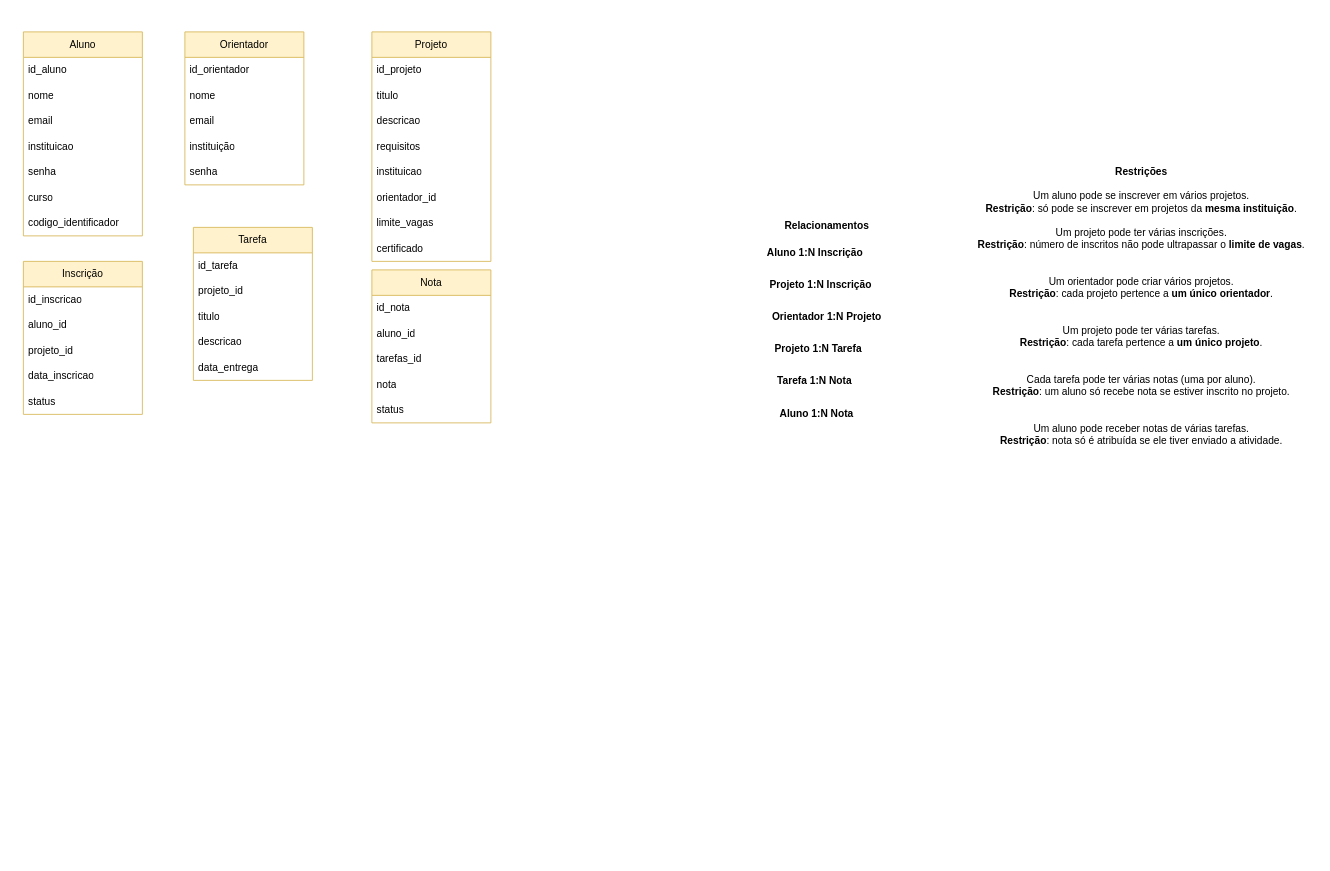
This is page "Entidades e Restrições" (4 of 5) of Sprint2/Sprint2.drawio from BabiDoo/TI2-GRUPO25, a draw.io file, before an edit. Source tidied: cells renumbered, new cells numbered last; positions are measured from the earlier drawing's top-left corner, leaving out a move shared by most shapes. Both pictures are drawn from the tidied source at 85%, with x=0, y=0 at pixel (23, 31).
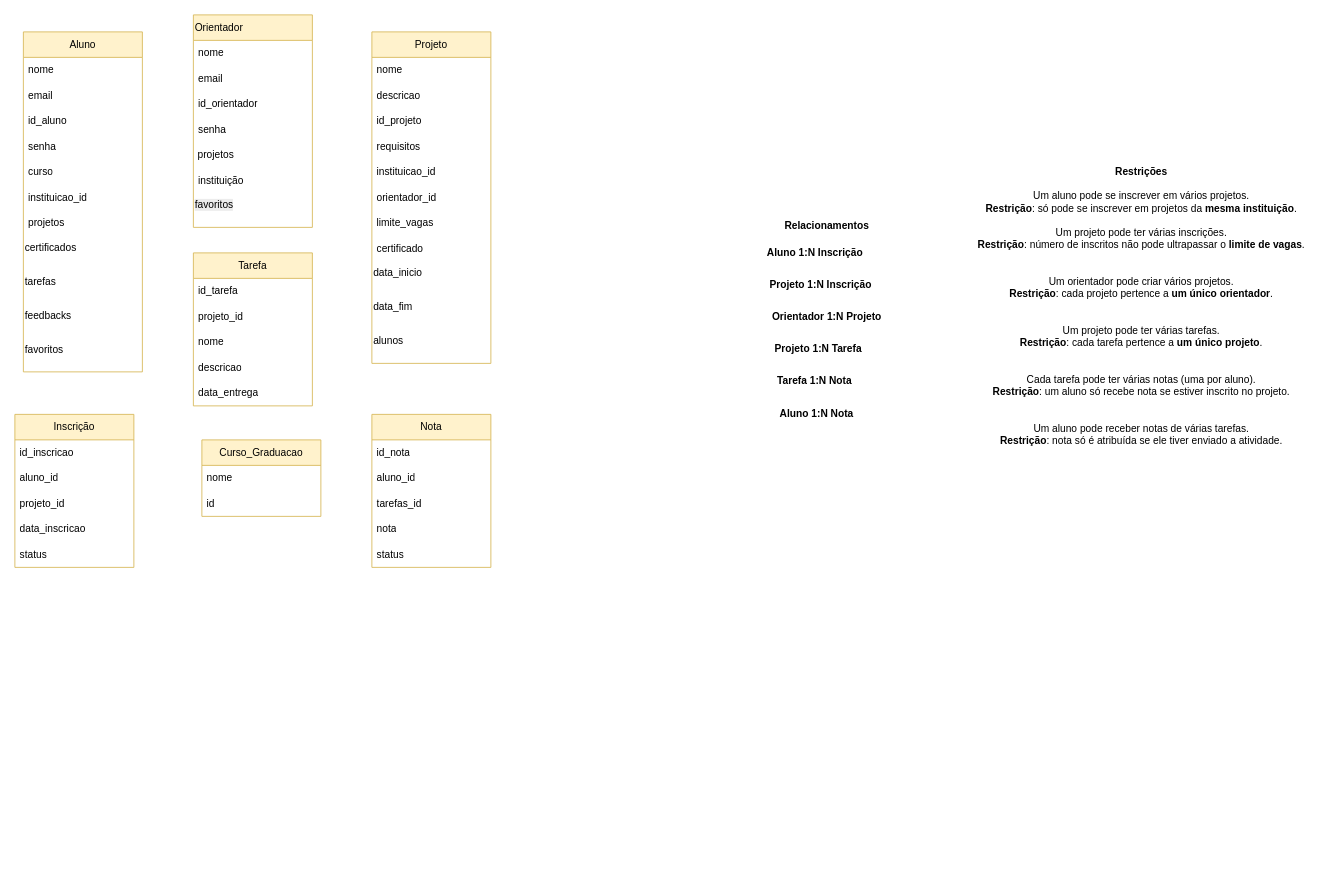
The same page after the edit.

Change to the diagram source:
```diff
@@
     <mxCell id="2" value="Aluno" style="swimlane;fontStyle=0;horizontal=1;startSize=30;whiteSpace=wrap;html=1;fillColor=#fff2cc;strokeColor=#d6b656;" parent="1" vertex="1">
-      <mxGeometry width="140" height="240" as="geometry" />
+      <mxGeometry width="140" height="400" as="geometry" />
     </mxCell>
-    <mxCell id="3" value="id_aluno&lt;span style=&quot;white-space: pre;&quot;&gt;&#9;&lt;/span&gt;" style="text;strokeColor=none;fillColor=none;align=left;verticalAlign=middle;spacingLeft=4;spacingRight=4;overflow=hidden;whiteSpace=wrap;html=1;" parent="2" vertex="1">
-      <mxGeometry y="30" width="140" height="30" as="geometry" />
-    </mxCell>
     <mxCell id="4" value="nome" style="text;strokeColor=none;fillColor=none;align=left;verticalAlign=middle;spacingLeft=4;spacingRight=4;overflow=hidden;whiteSpace=wrap;html=1;" parent="2" vertex="1">
-      <mxGeometry y="60" width="140" height="30" as="geometry" />
+      <mxGeometry y="30" width="140" height="30" as="geometry" />
     </mxCell>
     <mxCell id="5" value="email" style="text;strokeColor=none;fillColor=none;align=left;verticalAlign=middle;spacingLeft=4;spacingRight=4;overflow=hidden;whiteSpace=wrap;html=1;" parent="2" vertex="1">
-      <mxGeometry y="90" width="140" height="30" as="geometry" />
+      <mxGeometry y="60" width="140" height="30" as="geometry" />
     </mxCell>
-    <mxCell id="6" value="instituicao" style="text;strokeColor=none;fillColor=none;align=left;verticalAlign=middle;spacingLeft=4;spacingRight=4;overflow=hidden;whiteSpace=wrap;html=1;" parent="2" vertex="1">
-      <mxGeometry y="120" width="140" height="30" as="geometry" />
-    </mxCell>
+    <mxCell id="3" value="id_aluno&lt;span style=&quot;white-space: pre;&quot;&gt;&#9;&lt;/span&gt;" style="text;strokeColor=none;fillColor=none;align=left;verticalAlign=middle;spacingLeft=4;spacingRight=4;overflow=hidden;whiteSpace=wrap;html=1;" parent="2" vertex="1">
+      <mxGeometry y="90" width="140" height="30" as="geometry" />
+    </mxCell>
     <mxCell id="7" value="senha" style="text;strokeColor=none;fillColor=none;align=left;verticalAlign=middle;spacingLeft=4;spacingRight=4;overflow=hidden;whiteSpace=wrap;html=1;" parent="2" vertex="1">
-      <mxGeometry y="150" width="140" height="30" as="geometry" />
+      <mxGeometry y="120" width="140" height="30" as="geometry" />
     </mxCell>
     <mxCell id="8" value="curso" style="text;strokeColor=none;fillColor=none;align=left;verticalAlign=middle;spacingLeft=4;spacingRight=4;overflow=hidden;whiteSpace=wrap;html=1;" parent="2" vertex="1">
-      <mxGeometry y="180" width="140" height="30" as="geometry" />
+      <mxGeometry y="150" width="140" height="30" as="geometry" />
     </mxCell>
+    <mxCell id="6" value="instituicao_id" style="text;strokeColor=none;fillColor=none;align=left;verticalAlign=middle;spacingLeft=4;spacingRight=4;overflow=hidden;whiteSpace=wrap;html=1;" parent="2" vertex="1">
+      <mxGeometry y="180" width="140" height="30" as="geometry" />
+    </mxCell>
-    <mxCell id="9" value="codigo_identificador" style="text;strokeColor=none;fillColor=none;align=left;verticalAlign=middle;spacingLeft=4;spacingRight=4;overflow=hidden;whiteSpace=wrap;html=1;" parent="2" vertex="1">
+    <mxCell id="9" value="projetos" style="text;strokeColor=none;fillColor=none;align=left;verticalAlign=middle;spacingLeft=4;spacingRight=4;overflow=hidden;whiteSpace=wrap;html=1;" parent="2" vertex="1">
       <mxGeometry y="210" width="140" height="30" as="geometry" />
     </mxCell>
+    <mxCell id="45" value="certificados" style="text;whiteSpace=wrap;html=1;" parent="2" vertex="1">
+      <mxGeometry y="240" width="140" height="40" as="geometry" />
+    </mxCell>
+    <mxCell id="46" value="tarefas" style="text;whiteSpace=wrap;html=1;" parent="2" vertex="1">
+      <mxGeometry y="280" width="140" height="40" as="geometry" />
+    </mxCell>
+    <mxCell id="47" value="feedbacks" style="text;whiteSpace=wrap;html=1;" parent="2" vertex="1">
+      <mxGeometry y="320" width="140" height="40" as="geometry" />
+    </mxCell>
+    <mxCell id="48" value="favoritos" style="text;whiteSpace=wrap;html=1;" parent="2" vertex="1">
+      <mxGeometry y="360" width="140" height="40" as="geometry" />
+    </mxCell>
     <mxCell id="10" value="Nota" style="swimlane;fontStyle=0;horizontal=1;startSize=30;whiteSpace=wrap;html=1;fillColor=#fff2cc;strokeColor=#d6b656;" parent="1" vertex="1">
-      <mxGeometry x="410" y="280" width="140" height="180" as="geometry" />
+      <mxGeometry x="410" y="450" width="140" height="180" as="geometry" />
     </mxCell>
@@
     <mxCell id="16" value="Tarefa" style="swimlane;fontStyle=0;horizontal=1;startSize=30;whiteSpace=wrap;html=1;fillColor=#fff2cc;strokeColor=#d6b656;" parent="1" vertex="1">
-      <mxGeometry x="200" y="230" width="140" height="180" as="geometry" />
+      <mxGeometry x="200" y="260" width="140" height="180" as="geometry" />
     </mxCell>
@@
-    <mxCell id="19" value="titulo" style="text;strokeColor=none;fillColor=none;align=left;verticalAlign=middle;spacingLeft=4;spacingRight=4;overflow=hidden;whiteSpace=wrap;html=1;" parent="16" vertex="1">
+    <mxCell id="19" value="nome" style="text;strokeColor=none;fillColor=none;align=left;verticalAlign=middle;spacingLeft=4;spacingRight=4;overflow=hidden;whiteSpace=wrap;html=1;" parent="16" vertex="1">
       <mxGeometry y="90" width="140" height="30" as="geometry" />
     </mxCell>
@@
     <mxCell id="22" value="Inscrição" style="swimlane;fontStyle=0;horizontal=1;startSize=30;whiteSpace=wrap;html=1;fillColor=#fff2cc;strokeColor=#d6b656;" parent="1" vertex="1">
-      <mxGeometry y="270" width="140" height="180" as="geometry" />
+      <mxGeometry x="-10" y="450" width="140" height="180" as="geometry" />
     </mxCell>
@@
     <mxCell id="28" value="Projeto" style="swimlane;fontStyle=0;horizontal=1;startSize=30;whiteSpace=wrap;html=1;fillColor=#fff2cc;strokeColor=#d6b656;" parent="1" vertex="1">
-      <mxGeometry x="410" width="140" height="270" as="geometry" />
+      <mxGeometry x="410" width="140" height="390" as="geometry" />
     </mxCell>
-    <mxCell id="29" value="id_projeto" style="text;strokeColor=none;fillColor=none;align=left;verticalAlign=middle;spacingLeft=4;spacingRight=4;overflow=hidden;whiteSpace=wrap;html=1;" parent="28" vertex="1">
-      <mxGeometry y="30" width="140" height="30" as="geometry" />
-    </mxCell>
-    <mxCell id="30" value="titulo" style="text;strokeColor=none;fillColor=none;align=left;verticalAlign=middle;spacingLeft=4;spacingRight=4;overflow=hidden;whiteSpace=wrap;html=1;" parent="28" vertex="1">
-      <mxGeometry y="60" width="140" height="30" as="geometry" />
+    <mxCell id="30" value="nome" style="text;strokeColor=none;fillColor=none;align=left;verticalAlign=middle;spacingLeft=4;spacingRight=4;overflow=hidden;whiteSpace=wrap;html=1;" parent="28" vertex="1">
+      <mxGeometry y="30" width="140" height="30" as="geometry" />
     </mxCell>
     <mxCell id="31" value="descricao" style="text;strokeColor=none;fillColor=none;align=left;verticalAlign=middle;spacingLeft=4;spacingRight=4;overflow=hidden;whiteSpace=wrap;html=1;" parent="28" vertex="1">
-      <mxGeometry y="90" width="140" height="30" as="geometry" />
+      <mxGeometry y="60" width="140" height="30" as="geometry" />
     </mxCell>
+    <mxCell id="29" value="id_projeto" style="text;strokeColor=none;fillColor=none;align=left;verticalAlign=middle;spacingLeft=4;spacingRight=4;overflow=hidden;whiteSpace=wrap;html=1;" parent="28" vertex="1">
+      <mxGeometry y="90" width="140" height="30" as="geometry" />
+    </mxCell>
@@
-    <mxCell id="33" value="instituicao" style="text;strokeColor=none;fillColor=none;align=left;verticalAlign=middle;spacingLeft=4;spacingRight=4;overflow=hidden;whiteSpace=wrap;html=1;" parent="28" vertex="1">
+    <mxCell id="33" value="instituicao_id" style="text;strokeColor=none;fillColor=none;align=left;verticalAlign=middle;spacingLeft=4;spacingRight=4;overflow=hidden;whiteSpace=wrap;html=1;" parent="28" vertex="1">
       <mxGeometry y="150" width="140" height="30" as="geometry" />
     </mxCell>
@@
+    <mxCell id="49" value="data_inicio" style="text;whiteSpace=wrap;html=1;" parent="28" vertex="1">
+      <mxGeometry y="270" width="140" height="40" as="geometry" />
+    </mxCell>
+    <mxCell id="50" value="data_fim" style="text;whiteSpace=wrap;html=1;" parent="28" vertex="1">
+      <mxGeometry y="310" width="140" height="40" as="geometry" />
+    </mxCell>
+    <mxCell id="51" value="alunos" style="text;whiteSpace=wrap;html=1;" parent="28" vertex="1">
+      <mxGeometry y="350" width="140" height="40" as="geometry" />
+    </mxCell>
-    <mxCell id="37" value="Orientador" style="swimlane;fontStyle=0;horizontal=1;startSize=30;whiteSpace=wrap;html=1;fillColor=#fff2cc;strokeColor=#d6b656;" parent="1" vertex="1">
-      <mxGeometry x="190" width="140" height="180" as="geometry" />
+    <mxCell id="37" value="Orientador" style="swimlane;fontStyle=0;horizontal=1;startSize=30;whiteSpace=wrap;html=1;fillColor=#fff2cc;strokeColor=#d6b656;align=left;" parent="1" vertex="1">
+      <mxGeometry x="200" y="-20" width="140" height="250" as="geometry" />
     </mxCell>
-    <mxCell id="38" value="id_orientador" style="text;strokeColor=none;fillColor=none;align=left;verticalAlign=middle;spacingLeft=4;spacingRight=4;overflow=hidden;whiteSpace=wrap;html=1;" parent="37" vertex="1">
-      <mxGeometry y="30" width="140" height="30" as="geometry" />
-    </mxCell>
     <mxCell id="39" value="nome" style="text;strokeColor=none;fillColor=none;align=left;verticalAlign=middle;spacingLeft=4;spacingRight=4;overflow=hidden;whiteSpace=wrap;html=1;" parent="37" vertex="1">
-      <mxGeometry y="60" width="140" height="30" as="geometry" />
+      <mxGeometry y="30" width="140" height="30" as="geometry" />
     </mxCell>
     <mxCell id="40" value="email" style="text;strokeColor=none;fillColor=none;align=left;verticalAlign=middle;spacingLeft=4;spacingRight=4;overflow=hidden;whiteSpace=wrap;html=1;" parent="37" vertex="1">
-      <mxGeometry y="90" width="140" height="30" as="geometry" />
+      <mxGeometry y="60" width="140" height="30" as="geometry" />
     </mxCell>
+    <mxCell id="38" value="id_orientador" style="text;strokeColor=none;fillColor=none;align=left;verticalAlign=middle;spacingLeft=4;spacingRight=4;overflow=hidden;whiteSpace=wrap;html=1;" parent="37" vertex="1">
+      <mxGeometry y="90" width="140" height="30" as="geometry" />
+    </mxCell>
+    <mxCell id="42" value="senha" style="text;strokeColor=none;fillColor=none;align=left;verticalAlign=middle;spacingLeft=4;spacingRight=4;overflow=hidden;whiteSpace=wrap;html=1;" parent="37" vertex="1">
+      <mxGeometry y="120" width="140" height="30" as="geometry" />
+    </mxCell>
+    <mxCell id="52" value="&amp;nbsp;projetos" style="text;html=1;align=left;verticalAlign=middle;strokeColor=none;fillColor=none;" parent="37" vertex="1">
+      <mxGeometry y="150" width="140" height="30" as="geometry" />
+    </mxCell>
     <mxCell id="41" value="instituição" style="text;strokeColor=none;fillColor=none;align=left;verticalAlign=middle;spacingLeft=4;spacingRight=4;overflow=hidden;whiteSpace=wrap;html=1;" parent="37" vertex="1">
-      <mxGeometry y="120" width="140" height="30" as="geometry" />
+      <mxGeometry y="180" width="140" height="30" as="geometry" />
     </mxCell>
-    <mxCell id="42" value="senha" style="text;strokeColor=none;fillColor=none;align=left;verticalAlign=middle;spacingLeft=4;spacingRight=4;overflow=hidden;whiteSpace=wrap;html=1;" parent="37" vertex="1">
-      <mxGeometry y="150" width="140" height="30" as="geometry" />
-    </mxCell>
+    <mxCell id="53" value="&lt;span style=&quot;color: rgb(0, 0, 0); font-family: Helvetica; font-size: 12px; font-style: normal; font-variant-ligatures: normal; font-variant-caps: normal; font-weight: 400; letter-spacing: normal; orphans: 2; text-align: left; text-indent: 0px; text-transform: none; widows: 2; word-spacing: 0px; -webkit-text-stroke-width: 0px; white-space: normal; background-color: rgb(236, 236, 236); text-decoration-thickness: initial; text-decoration-style: initial; text-decoration-color: initial; display: inline !important; float: none;&quot;&gt;favoritos&lt;/span&gt;" style="text;whiteSpace=wrap;html=1;" parent="37" vertex="1">
+      <mxGeometry y="210" width="140" height="40" as="geometry" />
+    </mxCell>
@@
+    <mxCell id="54" value="Curso_Graduacao" style="swimlane;fontStyle=0;horizontal=1;startSize=30;whiteSpace=wrap;html=1;fillColor=#fff2cc;strokeColor=#d6b656;" parent="1" vertex="1">
+      <mxGeometry x="210" y="480" width="140" height="90" as="geometry" />
+    </mxCell>
+    <mxCell id="55" value="nome" style="text;strokeColor=none;fillColor=none;align=left;verticalAlign=middle;spacingLeft=4;spacingRight=4;overflow=hidden;whiteSpace=wrap;html=1;" parent="54" vertex="1">
+      <mxGeometry y="30" width="140" height="30" as="geometry" />
+    </mxCell>
+    <mxCell id="56" value="id" style="text;strokeColor=none;fillColor=none;align=left;verticalAlign=middle;spacingLeft=4;spacingRight=4;overflow=hidden;whiteSpace=wrap;html=1;" parent="54" vertex="1">
+      <mxGeometry y="60" width="140" height="30" as="geometry" />
+    </mxCell>
```
